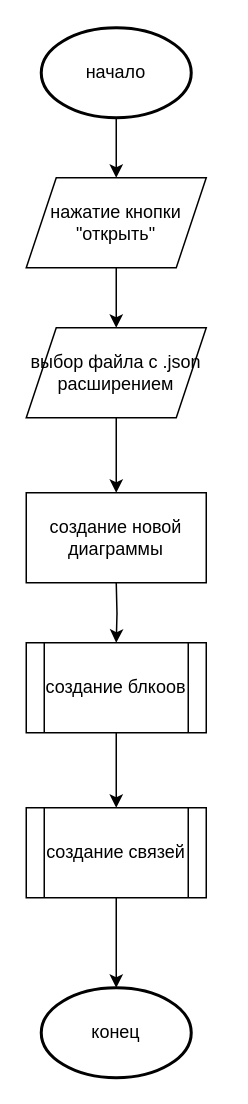
The draw.io diagram page "_Открытие_" (3 of 4) of _Блок_Схемы_Эдуард_.drawio in Elvinofficial/CSUICharts, before the edit. Source tidied: cells renumbered, new cells numbered last; positions are measured from the earlier drawing's top-left corner, leaving out a move shared by most shapes. Both pictures are drawn from the tidied source at 150%, with x=0, y=0 at pixel (26, 27).
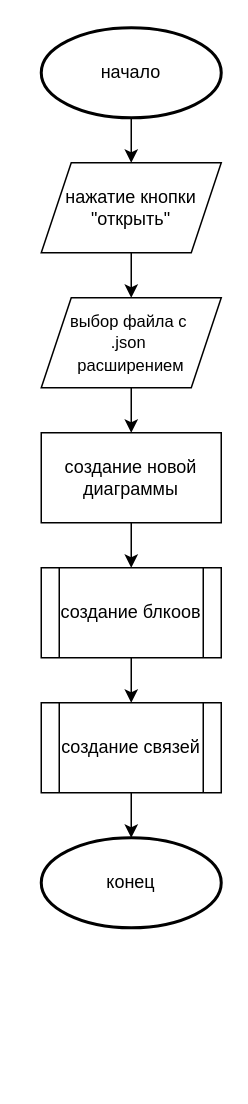
After the change.

The edit, as a diff of the source:
```diff
@@
 <mxGraphModel>
   <root>
     <mxCell id="0" />
     <mxCell id="1" parent="0" />
-    <mxCell id="2" style="edgeStyle=orthogonalEdgeStyle;rounded=0;jettySize=auto;html=1;entryX=0.5;entryY=0;entryDx=0;entryDy=0;" parent="1" edge="1" source="3">
-      <mxGeometry relative="1" as="geometry">
-        <mxPoint x="60" y="100" as="targetPoint" />
-      </mxGeometry>
-    </mxCell>
+    <mxCell id="15" style="edgeStyle=orthogonalEdgeStyle;rounded=0;jettySize=auto;html=1;" parent="1" edge="1" source="3" target="5">
+      <mxGeometry relative="1" as="geometry" />
+    </mxCell>
     <mxCell id="3" value="начало" style="strokeWidth=2;html=1;shape=mxgraph.flowchart.start_1;whiteSpace=wrap;" parent="1" vertex="1">
-      <mxGeometry x="10" width="100" height="60" as="geometry" />
+      <mxGeometry x="10" width="120" height="60" as="geometry" />
     </mxCell>
     <mxCell id="4" style="edgeStyle=orthogonalEdgeStyle;rounded=0;jettySize=auto;html=1;" parent="1" edge="1" source="5" target="7">
       <mxGeometry relative="1" as="geometry" />
     </mxCell>
     <mxCell id="5" value="нажатие кнопки &quot;открыть&quot;" style="shape=parallelogram;perimeter=parallelogramPerimeter;whiteSpace=wrap;html=1;fixedSize=1;" parent="1" vertex="1">
-      <mxGeometry y="100" width="120" height="60" as="geometry" />
+      <mxGeometry x="10" y="90" width="120" height="60" as="geometry" />
     </mxCell>
-    <mxCell id="6" style="edgeStyle=orthogonalEdgeStyle;rounded=0;jettySize=auto;html=1;" parent="1" edge="1" source="7">
-      <mxGeometry relative="1" as="geometry">
-        <mxPoint x="60" y="310" as="targetPoint" />
-      </mxGeometry>
-    </mxCell>
+    <mxCell id="16" style="edgeStyle=orthogonalEdgeStyle;rounded=0;jettySize=auto;html=1;" parent="1" edge="1" source="7" target="9">
+      <mxGeometry relative="1" as="geometry" />
+    </mxCell>
-    <mxCell id="7" value="выбор файла с .json расширением" style="shape=parallelogram;perimeter=parallelogramPerimeter;whiteSpace=wrap;html=1;fixedSize=1;" parent="1" vertex="1">
-      <mxGeometry y="200" width="120" height="60" as="geometry" />
+    <mxCell id="7" value="&lt;font style=&quot;font-size: 11px;&quot;&gt;выбор файла с&amp;nbsp;&lt;/font&gt;&lt;div&gt;&lt;font style=&quot;font-size: 11px;&quot;&gt;.json&amp;nbsp;&lt;/font&gt;&lt;/div&gt;&lt;div&gt;&lt;font style=&quot;font-size: 11px;&quot;&gt;расширением&lt;/font&gt;&lt;/div&gt;" style="shape=parallelogram;perimeter=parallelogramPerimeter;whiteSpace=wrap;html=1;fixedSize=1;" parent="1" vertex="1">
+      <mxGeometry x="10" y="180" width="120" height="60" as="geometry" />
     </mxCell>
-    <mxCell id="8" style="edgeStyle=orthogonalEdgeStyle;rounded=0;orthogonalLoop=1;jettySize=auto;html=1;" parent="1" edge="1">
-      <mxGeometry relative="1" as="geometry">
-        <mxPoint x="60" y="370" as="sourcePoint" />
-        <mxPoint x="60" y="410" as="targetPoint" />
-      </mxGeometry>
-    </mxCell>
+    <mxCell id="17" style="edgeStyle=orthogonalEdgeStyle;rounded=0;jettySize=auto;html=1;" parent="1" edge="1" source="9" target="11">
+      <mxGeometry relative="1" as="geometry" />
+    </mxCell>
     <mxCell id="9" value="создание новой диаграммы" style="rounded=0;whiteSpace=wrap;html=1;" parent="1" vertex="1">
-      <mxGeometry y="310" width="120" height="60" as="geometry" />
+      <mxGeometry x="10" y="270" width="120" height="60" as="geometry" />
     </mxCell>
     <mxCell id="10" style="edgeStyle=orthogonalEdgeStyle;rounded=0;jettySize=auto;html=1;" parent="1" edge="1" source="11" target="13">
       <mxGeometry relative="1" as="geometry" />
     </mxCell>
     <mxCell id="11" value="создание блкоов" style="shape=process;whiteSpace=wrap;html=1;backgroundOutline=1;" parent="1" vertex="1">
-      <mxGeometry y="410" width="120" height="60" as="geometry" />
+      <mxGeometry x="10" y="360" width="120" height="60" as="geometry" />
     </mxCell>
     <mxCell id="12" style="edgeStyle=orthogonalEdgeStyle;rounded=0;jettySize=auto;html=1;" parent="1" edge="1" source="13" target="14">
       <mxGeometry relative="1" as="geometry" />
     </mxCell>
     <mxCell id="13" value="создание связей" style="shape=process;whiteSpace=wrap;html=1;backgroundOutline=1;" parent="1" vertex="1">
-      <mxGeometry y="520" width="120" height="60" as="geometry" />
+      <mxGeometry x="10" y="450" width="120" height="60" as="geometry" />
     </mxCell>
     <mxCell id="14" value="конец" style="strokeWidth=2;html=1;shape=mxgraph.flowchart.start_1;whiteSpace=wrap;" parent="1" vertex="1">
-      <mxGeometry x="10" y="640" width="100" height="60" as="geometry" />
+      <mxGeometry x="10" y="540" width="120" height="60" as="geometry" />
     </mxCell>
   </root>
 </mxGraphModel>
```
